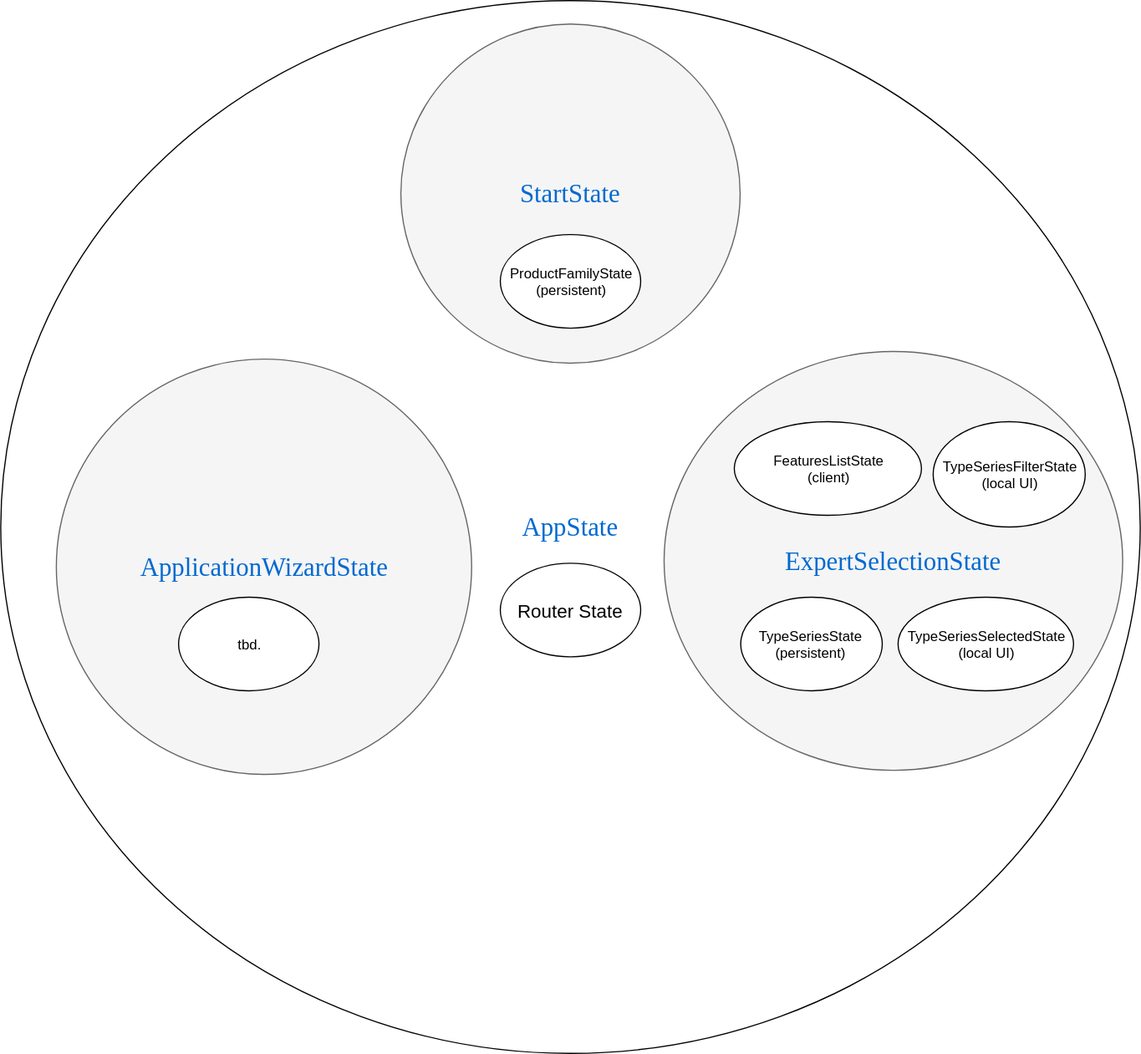
The draw.io diagram wiki/architecture-app-state-overview.svg in bitgrip/angular-ngrx-blueprint, before a commit. Source tidied: cells renumbered, new cells last; positions are measured from the earlier drawing's top-left corner, leaving out a move shared by most shapes. Source of this version:
```xml
<mxGraphModel background="#ffffff">
  <root>
    <mxCell id="0" />
    <mxCell id="1" parent="0" />
    <mxCell id="2" value="AppState&lt;br&gt;" style="ellipse;whiteSpace=wrap;html=1;rounded=0;shadow=0;dashed=0;comic=0;fontFamily=Verdana;fontSize=22;fontColor=#0069D1;fillColor=#ffffff;strokeColor=#000000;" parent="1" vertex="1">
      <mxGeometry width="974" height="900" as="geometry" />
    </mxCell>
    <mxCell id="3" value="StartState" style="ellipse;whiteSpace=wrap;html=1;rounded=0;shadow=0;dashed=0;comic=0;fontFamily=Verdana;fontSize=22;fontColor=#0069D1;fillColor=#f5f5f5;strokeColor=#666666;" parent="1" vertex="1">
      <mxGeometry x="342" y="20" width="290" height="290" as="geometry" />
    </mxCell>
    <mxCell id="4" value="ApplicationWizardState&lt;br&gt;" style="ellipse;whiteSpace=wrap;html=1;rounded=0;shadow=0;dashed=0;comic=0;fontFamily=Verdana;fontSize=22;fontColor=#0069D1;fillColor=#f5f5f5;strokeColor=#666666;" parent="1" vertex="1">
      <mxGeometry x="47" y="306" width="355" height="355" as="geometry" />
    </mxCell>
    <mxCell id="5" value="ExpertSelectionState&lt;br&gt;" style="ellipse;whiteSpace=wrap;html=1;rounded=0;shadow=0;dashed=0;comic=0;fontFamily=Verdana;fontSize=22;fontColor=#0069D1;fillColor=#f5f5f5;strokeColor=#666666;" parent="1" vertex="1">
      <mxGeometry x="567" y="300" width="392" height="358" as="geometry" />
    </mxCell>
    <mxCell id="6" value="&lt;font style=&quot;font-size: 16px&quot;&gt;Router State&lt;/font&gt;" style="ellipse;whiteSpace=wrap;html=1;strokeColor=#000000;strokeWidth=1;fillColor=#FFFFFF;" parent="1" vertex="1">
      <mxGeometry x="427" y="481" width="120" height="80" as="geometry" />
    </mxCell>
    <mxCell id="7" value="ProductFamilyState&lt;br&gt;(persistent)&lt;br&gt;" style="ellipse;whiteSpace=wrap;html=1;strokeColor=#000000;strokeWidth=1;fillColor=#FFFFFF;" parent="1" vertex="1">
      <mxGeometry x="427" y="200" width="120" height="80" as="geometry" />
    </mxCell>
    <mxCell id="8" value="FeaturesListState&lt;br&gt;(client)&lt;br&gt;" style="ellipse;whiteSpace=wrap;html=1;strokeColor=#000000;strokeWidth=1;fillColor=#FFFFFF;" parent="1" vertex="1">
      <mxGeometry x="627" y="360" width="160" height="80" as="geometry" />
    </mxCell>
    <mxCell id="9" value="tbd." style="ellipse;whiteSpace=wrap;html=1;strokeColor=#000000;strokeWidth=1;fillColor=#FFFFFF;" parent="1" vertex="1">
      <mxGeometry x="151.5" y="510" width="120" height="80" as="geometry" />
    </mxCell>
    <mxCell id="10" value="TypeSeriesState&lt;br&gt;(persistent)&lt;br&gt;" style="ellipse;whiteSpace=wrap;html=1;strokeColor=#000000;strokeWidth=1;fillColor=#FFFFFF;" parent="1" vertex="1">
      <mxGeometry x="632" y="510" width="121" height="80" as="geometry" />
    </mxCell>
    <mxCell id="11" value="TypeSeriesFilterState&lt;br&gt;(local UI)&lt;br&gt;" style="ellipse;whiteSpace=wrap;html=1;strokeColor=#000000;strokeWidth=1;fillColor=#FFFFFF;" parent="1" vertex="1">
      <mxGeometry x="797" y="360" width="130" height="90" as="geometry" />
    </mxCell>
    <mxCell id="12" value="TypeSeriesSelectedState&lt;br&gt;(local UI)&lt;br&gt;" style="ellipse;whiteSpace=wrap;html=1;strokeColor=#000000;strokeWidth=1;fillColor=#FFFFFF;" parent="1" vertex="1">
      <mxGeometry x="767" y="510" width="150" height="80" as="geometry" />
    </mxCell>
  </root>
</mxGraphModel>
```
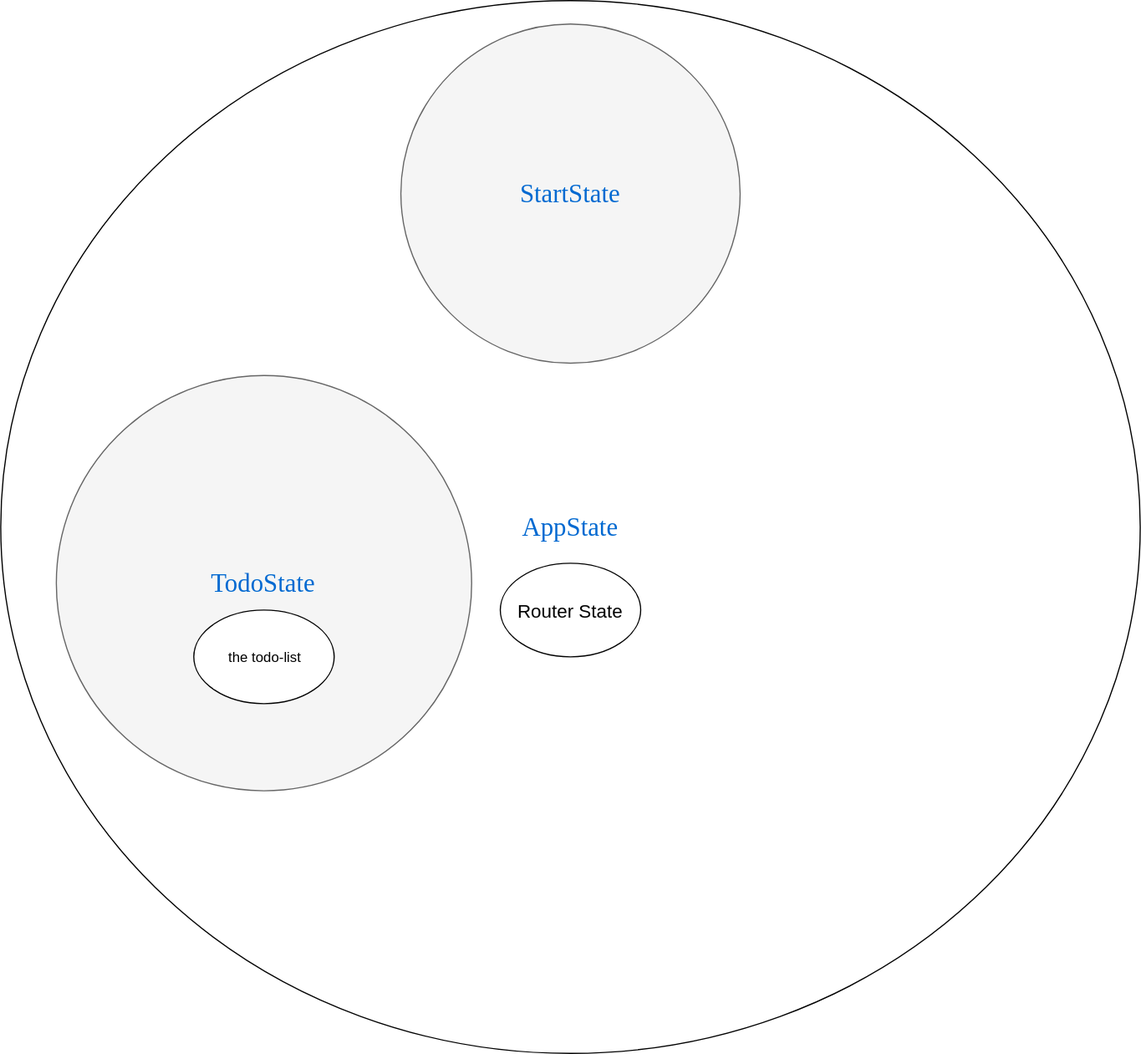
After the commit.

Change to the diagram source:
```diff
@@ -8,32 +8,14 @@
     <mxCell id="3" value="StartState" style="ellipse;whiteSpace=wrap;html=1;rounded=0;shadow=0;dashed=0;comic=0;fontFamily=Verdana;fontSize=22;fontColor=#0069D1;fillColor=#f5f5f5;strokeColor=#666666;" parent="1" vertex="1">
       <mxGeometry x="342" y="20" width="290" height="290" as="geometry" />
     </mxCell>
-    <mxCell id="4" value="ApplicationWizardState&lt;br&gt;" style="ellipse;whiteSpace=wrap;html=1;rounded=0;shadow=0;dashed=0;comic=0;fontFamily=Verdana;fontSize=22;fontColor=#0069D1;fillColor=#f5f5f5;strokeColor=#666666;" parent="1" vertex="1">
-      <mxGeometry x="47" y="306" width="355" height="355" as="geometry" />
+    <mxCell id="4" value="TodoState&lt;br&gt;" style="ellipse;whiteSpace=wrap;html=1;rounded=0;shadow=0;dashed=0;comic=0;fontFamily=Verdana;fontSize=22;fontColor=#0069D1;fillColor=#f5f5f5;strokeColor=#666666;" parent="1" vertex="1">
+      <mxGeometry x="47" y="320" width="355" height="355" as="geometry" />
     </mxCell>
-    <mxCell id="5" value="ExpertSelectionState&lt;br&gt;" style="ellipse;whiteSpace=wrap;html=1;rounded=0;shadow=0;dashed=0;comic=0;fontFamily=Verdana;fontSize=22;fontColor=#0069D1;fillColor=#f5f5f5;strokeColor=#666666;" parent="1" vertex="1">
-      <mxGeometry x="567" y="300" width="392" height="358" as="geometry" />
-    </mxCell>
     <mxCell id="6" value="&lt;font style=&quot;font-size: 16px&quot;&gt;Router State&lt;/font&gt;" style="ellipse;whiteSpace=wrap;html=1;strokeColor=#000000;strokeWidth=1;fillColor=#FFFFFF;" parent="1" vertex="1">
       <mxGeometry x="427" y="481" width="120" height="80" as="geometry" />
     </mxCell>
-    <mxCell id="7" value="ProductFamilyState&lt;br&gt;(persistent)&lt;br&gt;" style="ellipse;whiteSpace=wrap;html=1;strokeColor=#000000;strokeWidth=1;fillColor=#FFFFFF;" parent="1" vertex="1">
-      <mxGeometry x="427" y="200" width="120" height="80" as="geometry" />
-    </mxCell>
-    <mxCell id="8" value="FeaturesListState&lt;br&gt;(client)&lt;br&gt;" style="ellipse;whiteSpace=wrap;html=1;strokeColor=#000000;strokeWidth=1;fillColor=#FFFFFF;" parent="1" vertex="1">
-      <mxGeometry x="627" y="360" width="160" height="80" as="geometry" />
-    </mxCell>
-    <mxCell id="9" value="tbd." style="ellipse;whiteSpace=wrap;html=1;strokeColor=#000000;strokeWidth=1;fillColor=#FFFFFF;" parent="1" vertex="1">
-      <mxGeometry x="151.5" y="510" width="120" height="80" as="geometry" />
+    <mxCell id="9" value="the todo-list" style="ellipse;whiteSpace=wrap;html=1;strokeColor=#000000;strokeWidth=1;fillColor=#FFFFFF;" parent="1" vertex="1">
+      <mxGeometry x="164.5" y="521" width="120" height="80" as="geometry" />
     </mxCell>
-    <mxCell id="10" value="TypeSeriesState&lt;br&gt;(persistent)&lt;br&gt;" style="ellipse;whiteSpace=wrap;html=1;strokeColor=#000000;strokeWidth=1;fillColor=#FFFFFF;" parent="1" vertex="1">
-      <mxGeometry x="632" y="510" width="121" height="80" as="geometry" />
-    </mxCell>
-    <mxCell id="11" value="TypeSeriesFilterState&lt;br&gt;(local UI)&lt;br&gt;" style="ellipse;whiteSpace=wrap;html=1;strokeColor=#000000;strokeWidth=1;fillColor=#FFFFFF;" parent="1" vertex="1">
-      <mxGeometry x="797" y="360" width="130" height="90" as="geometry" />
-    </mxCell>
-    <mxCell id="12" value="TypeSeriesSelectedState&lt;br&gt;(local UI)&lt;br&gt;" style="ellipse;whiteSpace=wrap;html=1;strokeColor=#000000;strokeWidth=1;fillColor=#FFFFFF;" parent="1" vertex="1">
-      <mxGeometry x="767" y="510" width="150" height="80" as="geometry" />
-    </mxCell>
   </root>
 </mxGraphModel>
```
